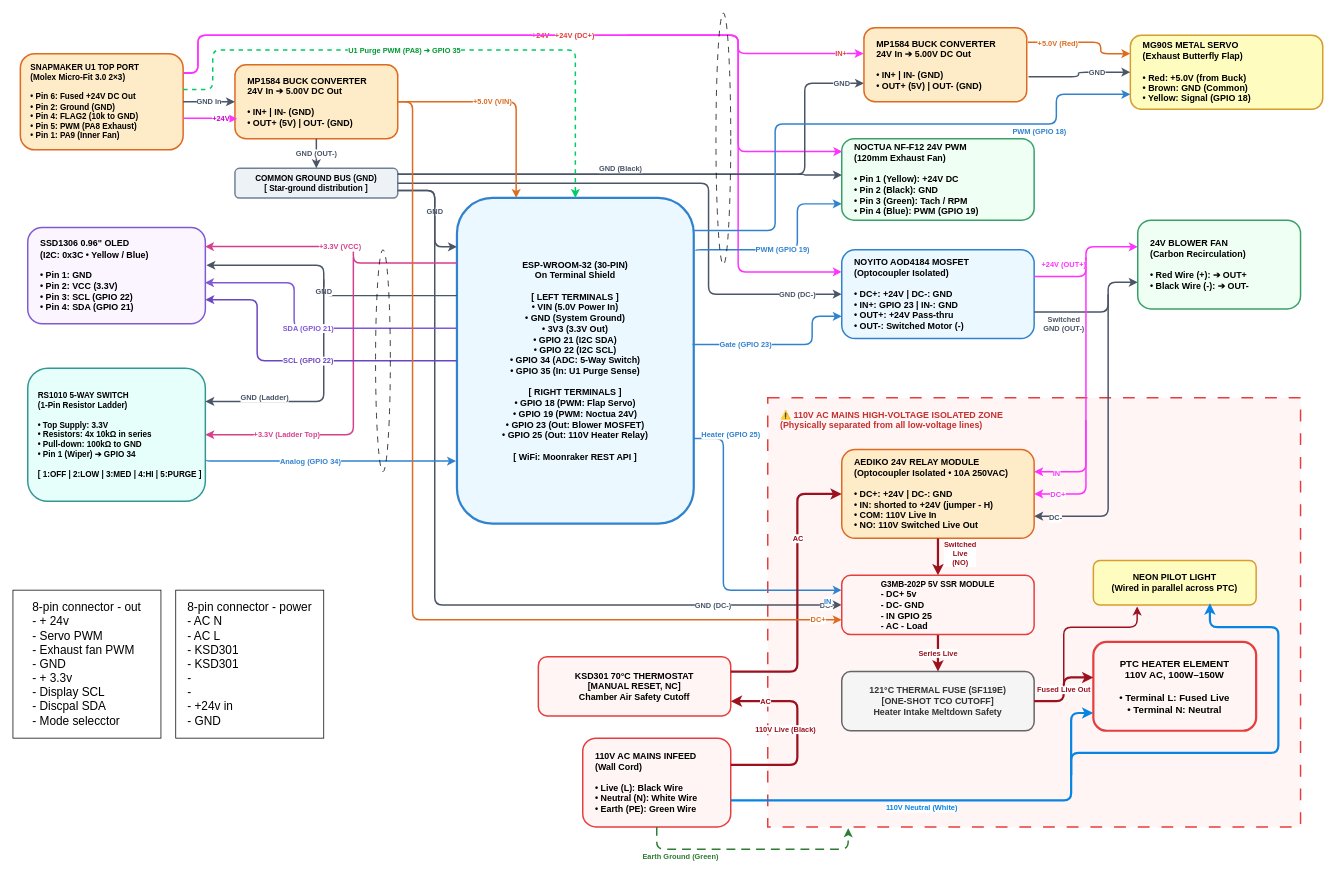
Earlier version of the draw.io diagram docs/chamber_controller_schematic.drawio (arkhipus/u1-heater). Source tidied: cells renumbered, new cells numbered last; positions are measured from the earlier drawing's top-left corner, leaving out a move shared by most shapes. Both pictures are drawn from the tidied source at 74%, with x=0, y=0 at pixel (13, 13).
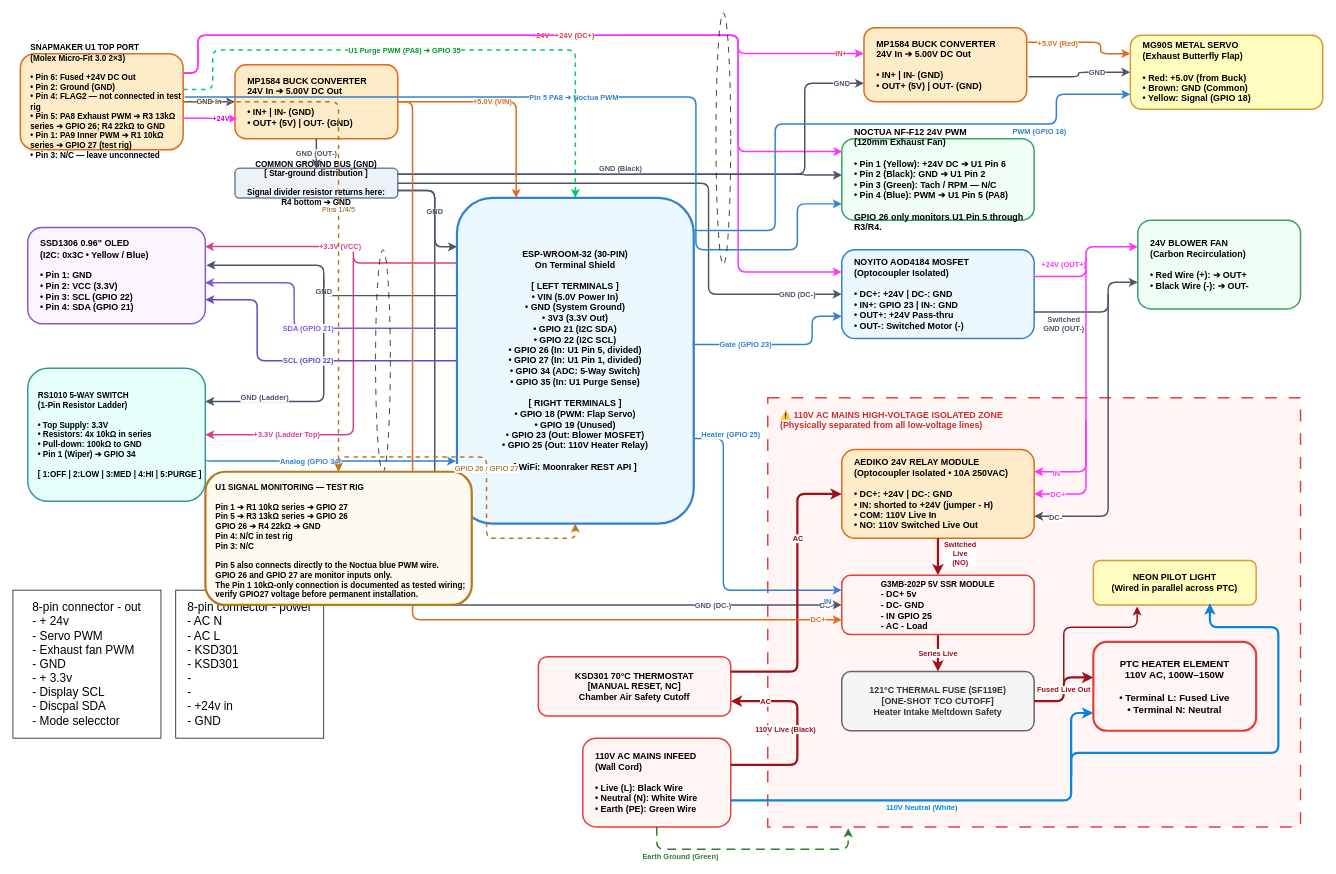
After the change.

Diff of the diagram source:
```diff
@@
-    <mxCell id="3" value="SNAPMAKER U1 TOP PORT&#10;(Molex Micro-Fit 3.0 2×3)&#10;&#10;• Pin 6: Fused +24V DC Out&#10;• Pin 2: Ground (GND)&#10;• Pin 4: FLAG2 (10k to GND)&#10;• Pin 5: PWM (PA8 Exhaust)&#10;• Pin 1: PA9 (Inner Fan)" style="rounded=1;whiteSpace=wrap;html=1;fillColor=#feebc8;strokeColor=#dd6b20;strokeWidth=2;fontStyle=1;fontSize=11;align=left;spacingLeft=12;" parent="1" vertex="1">
+    <mxCell id="3" value="SNAPMAKER U1 TOP PORT&#10;(Molex Micro-Fit 3.0 2×3)&#10;&#10;• Pin 6: Fused +24V DC Out&#10;• Pin 2: Ground (GND)&#10;• Pin 4: FLAG2 — not connected in test rig&#10;• Pin 5: PA8 Exhaust PWM ➔ R3 13kΩ series ➔ GPIO 26; R4 22kΩ to GND&#10;• Pin 1: PA9 Inner PWM ➔ R1 10kΩ series ➔ GPIO 27 (test rig)&#10;• Pin 3: N/C — leave unconnected" style="rounded=1;whiteSpace=wrap;html=1;fillColor=#feebc8;strokeColor=#dd6b20;strokeWidth=2;fontStyle=1;fontSize=11;align=left;spacingLeft=12;" parent="1" vertex="1">
       <mxGeometry x="10" y="55" width="220" height="130" as="geometry" />
     </mxCell>
@@
-    <mxCell id="5" value="COMMON GROUND BUS (GND)&#10;[ Star-ground distribution ]" style="rounded=1;whiteSpace=wrap;html=1;fillColor=#edf2f7;strokeColor=#718096;strokeWidth=2;fontStyle=1;fontSize=11;" parent="1" vertex="1">
+    <mxCell id="5" value="COMMON GROUND BUS (GND)&#10;[ Star-ground distribution ]&#10;&#10;Signal divider resistor returns here:&#10;R4 bottom ➔ GND" style="rounded=1;whiteSpace=wrap;html=1;fillColor=#edf2f7;strokeColor=#718096;strokeWidth=2;fontStyle=1;fontSize=11;" parent="1" vertex="1">
       <mxGeometry x="300" y="210" width="220" height="40" as="geometry" />
     </mxCell>
@@
-    <mxCell id="7" value="ESP-WROOM-32 (30-PIN)&lt;br&gt;On Terminal Shield&lt;br&gt;&lt;br&gt;[ LEFT TERMINALS ]&lt;br&gt;• VIN (5.0V Power In)&lt;br&gt;• GND (System Ground)&lt;br&gt;• 3V3 (3.3V Out)&lt;br&gt;• GPIO 21 (I2C SDA)&lt;br&gt;• GPIO 22 (I2C SCL)&lt;br&gt;• GPIO 34 (ADC: 5-Way Switch)&lt;br&gt;• GPIO 35 (In: U1 Purge Sense)&lt;br&gt;&lt;br&gt;[ RIGHT TERMINALS ]&lt;br&gt;• GPIO 18 (PWM: Flap Servo)&lt;br&gt;• GPIO 19 (PWM: Noctua 24V)&lt;br&gt;• GPIO 23 (Out: Blower MOSFET)&lt;br&gt;• GPIO 25 (Out: 110V Heater Relay)&lt;br&gt;&lt;br&gt;[ WiFi: Moonraker REST API ]" style="rounded=1;whiteSpace=wrap;html=1;fillColor=#ebf8ff;strokeColor=#3182ce;strokeWidth=3;fontStyle=1;fontSize=12;align=center;" parent="1" vertex="1">
+    <mxCell id="7" value="ESP-WROOM-32 (30-PIN)&lt;br&gt;On Terminal Shield&lt;br&gt;&lt;br&gt;[ LEFT TERMINALS ]&lt;br&gt;• VIN (5.0V Power In)&lt;br&gt;• GND (System Ground)&lt;br&gt;• 3V3 (3.3V Out)&lt;br&gt;• GPIO 21 (I2C SDA)&lt;br&gt;• GPIO 22 (I2C SCL)&lt;br&gt;• GPIO 26 (In: U1 Pin 5, divided)&lt;br&gt;• GPIO 27 (In: U1 Pin 1, divided)&lt;br&gt;• GPIO 34 (ADC: 5-Way Switch)&lt;br&gt;• GPIO 35 (In: U1 Purge Sense)&lt;br&gt;&lt;br&gt;[ RIGHT TERMINALS ]&lt;br&gt;• GPIO 18 (PWM: Flap Servo)&lt;br&gt;• GPIO 19 (Unused)&lt;br&gt;• GPIO 23 (Out: Blower MOSFET)&lt;br&gt;• GPIO 25 (Out: 110V Heater Relay)&lt;br&gt;&lt;br&gt;[ WiFi: Moonraker REST API ]" style="rounded=1;whiteSpace=wrap;html=1;fillColor=#ebf8ff;strokeColor=#3182ce;strokeWidth=3;fontStyle=1;fontSize=12;align=center;" parent="1" vertex="1">
       <mxGeometry x="600" y="250" width="320" height="440" as="geometry" />
     </mxCell>
@@
-    <mxCell id="11" value="NOCTUA NF-F12 24V PWM&#10;(120mm Exhaust Fan)&#10;&#10;• Pin 1 (Yellow): +24V DC&#10;• Pin 2 (Black): GND&#10;• Pin 3 (Green): Tach / RPM&#10;• Pin 4 (Blue): PWM (GPIO 19)" style="rounded=1;whiteSpace=wrap;html=1;fillColor=#f0fff4;strokeColor=#38a169;strokeWidth=2;fontStyle=1;fontSize=12;align=left;spacingLeft=15;" parent="1" vertex="1">
+    <mxCell id="11" value="NOCTUA NF-F12 24V PWM&#10;(120mm Exhaust Fan)&#10;&#10;• Pin 1 (Yellow): +24V DC ➔ U1 Pin 6&#10;• Pin 2 (Black): GND ➔ U1 Pin 2&#10;• Pin 3 (Green): Tach / RPM — N/C&#10;• Pin 4 (Blue): PWM ➔ U1 Pin 5 (PA8)&#10;&#10;GPIO 26 only monitors U1 Pin 5 through R3/R4." style="rounded=1;whiteSpace=wrap;html=1;fillColor=#f0fff4;strokeColor=#38a169;strokeWidth=2;fontStyle=1;fontSize=12;align=left;spacingLeft=15;" parent="1" vertex="1">
       <mxGeometry x="1120" y="170" width="260" height="110" as="geometry" />
     </mxCell>
@@
-    <mxCell id="42" value="PWM (GPIO 19)" style="edgeStyle=orthogonalEdgeStyle;rounded=1;jettySize=auto;html=1;strokeColor=#3182ce;strokeWidth=2;exitX=1.009;exitY=0.162;exitDx=0;exitDy=0;entryX=0;entryY=0.8;entryDx=0;entryDy=0;fontSize=10;fontColor=#3182ce;fontStyle=1;exitPerimeter=0;" parent="1" edge="1" source="7" target="11">
+    <mxCell id="42" value="Pin 5 PA8 ➔ Noctua PWM" style="edgeStyle=orthogonalEdgeStyle;rounded=1;jettySize=auto;html=1;strokeColor=#3182ce;strokeWidth=2;exitX=1.009;exitY=0.45;exitDx=0;exitDy=0;entryX=0;entryY=0.8;entryDx=0;entryDy=0;fontSize=10;fontColor=#3182ce;fontStyle=1;exitPerimeter=0;" parent="1" edge="1" source="3" target="11">
       <mxGeometry x="-0.09" relative="1" as="geometry">
         <Array as="points">
           <mxPoint x="922.9" y="320" />
           <mxPoint x="1060" y="320" />
           <mxPoint x="1060" y="258" />
         </Array>
       </mxGeometry>
     </mxCell>
@@
+    <mxCell id="75" value="U1 SIGNAL MONITORING — TEST RIG&#10;&#10;Pin 1 ➔ R1 10kΩ series ➔ GPIO 27&#10;Pin 5 ➔ R3 13kΩ series ➔ GPIO 26&#10;GPIO 26 ➔ R4 22kΩ ➔ GND&#10;Pin 4: N/C in test rig&#10;Pin 3: N/C&#10;&#10;Pin 5 also connects directly to the Noctua blue PWM wire.&#10;GPIO 26 and GPIO 27 are monitor inputs only.&#10;The Pin 1 10kΩ-only connection is documented as tested wiring; verify GPIO27 voltage before permanent installation." style="rounded=1;whiteSpace=wrap;html=1;fillColor=#fffaf0;strokeColor=#b7791f;strokeWidth=3;fontStyle=1;fontSize=11;align=left;spacingLeft=12;spacingTop=8;" parent="1" vertex="1">
+      <mxGeometry x="260" y="620" width="360" height="180" as="geometry" />
+    </mxCell>
+    <mxCell id="76" value="Pins 1/4/5" style="edgeStyle=orthogonalEdgeStyle;rounded=1;jettySize=auto;html=1;dashed=1;strokeColor=#b7791f;strokeWidth=2;fontSize=10;fontColor=#8a5a00;" parent="1" edge="1" source="3" target="75">
+      <mxGeometry relative="1" as="geometry" />
+    </mxCell>
+    <mxCell id="77" value="GPIO 26 / GPIO 27" style="edgeStyle=orthogonalEdgeStyle;rounded=1;jettySize=auto;html=1;dashed=1;strokeColor=#b7791f;strokeWidth=2;fontSize=10;fontColor=#8a5a00;" parent="1" edge="1" source="75" target="7">
+      <mxGeometry relative="1" as="geometry" />
+    </mxCell>
```
